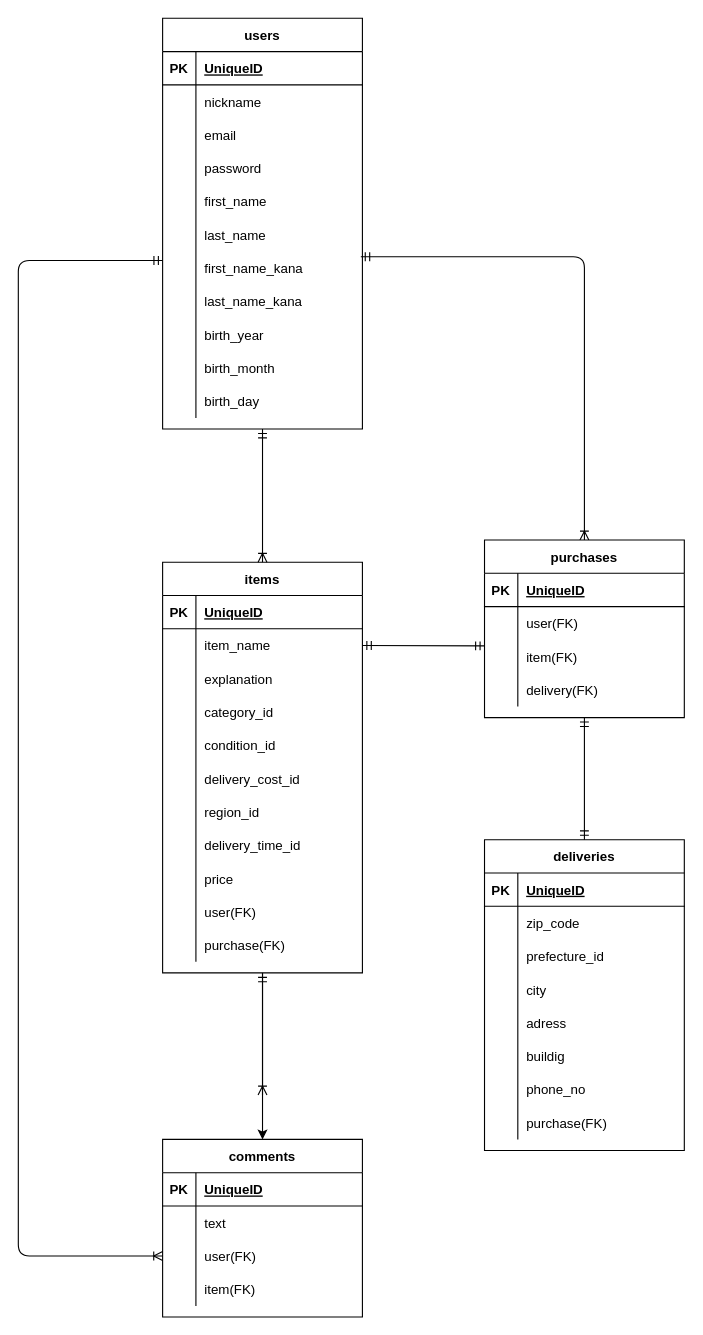
Earlier version of the draw.io diagram database.dio (mmhm416/furima-34328). Source tidied: cells renumbered, new cells numbered last; positions are measured from the earlier drawing's top-left corner, leaving out a move shared by most shapes. Both pictures are drawn from the tidied source at 111%, with x=0, y=0 at pixel (18, 18).
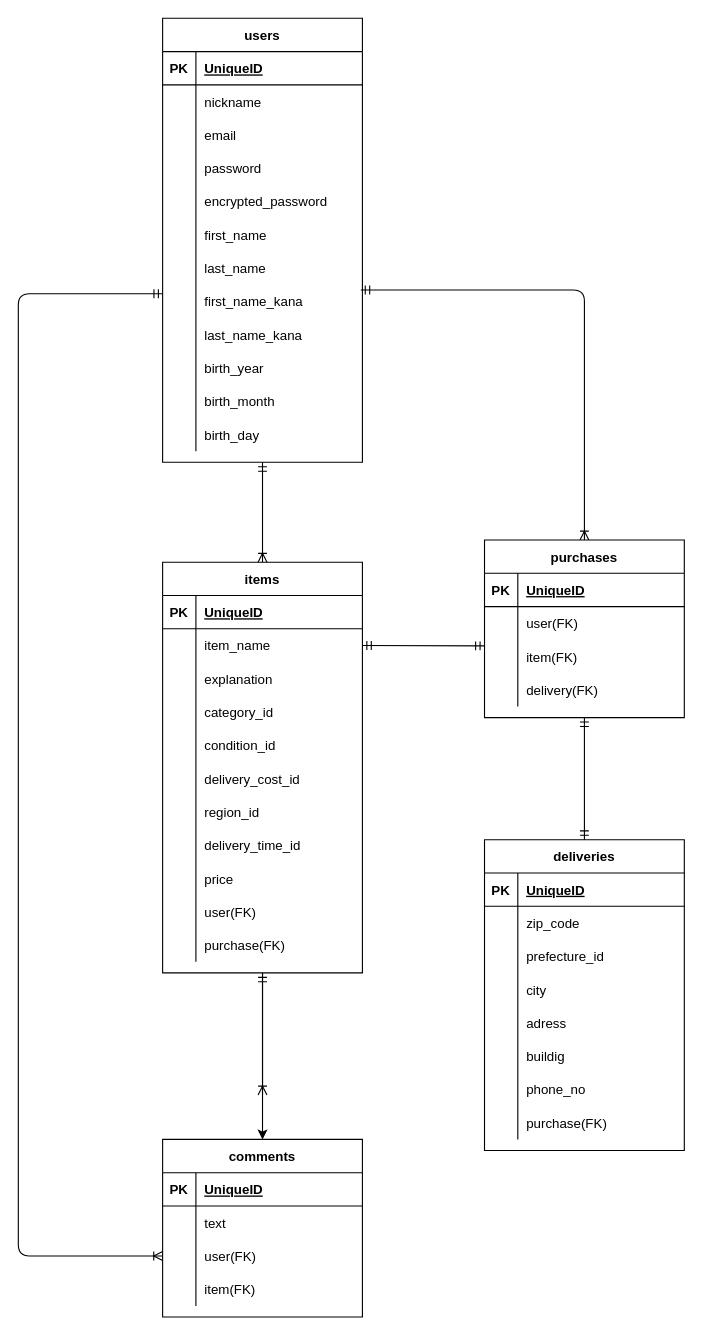
The same diagram, later.

Unchanged cells that the change refers to:
```xml
<mxCell id="78" style="shape=partialRectangle;fillColor=none;top=0;left=0;bottom=0;right=0;points=[[0,0.5],[1,0.5]];portConstraint=eastwest;" parent="71" vertex="1">
  <mxGeometry y="90" width="180" height="30" as="geometry" />
</mxCell>
```

The edit, as a diff of the source:
```diff
@@
     <mxCell id="2" value="users" style="shape=table;startSize=30;childLayout=tableLayout;rowLines=0;fontStyle=1;align=center;" parent="1" vertex="1">
-      <mxGeometry x="130" width="180" height="370" as="geometry" />
+      <mxGeometry x="130" width="180" height="400" as="geometry" />
     </mxCell>
@@
+    <mxCell id="128" style="shape=partialRectangle;fillColor=none;top=0;left=0;bottom=0;right=0;" parent="2" vertex="1">
+      <mxGeometry y="150" width="180" height="30" as="geometry" />
+    </mxCell>
+    <mxCell id="129" style="shape=partialRectangle;fillColor=none;top=0;left=0;bottom=0;right=0;overflow=hidden;" parent="128" vertex="1">
+      <mxGeometry width="30" height="30" as="geometry" />
+    </mxCell>
+    <mxCell id="130" value="encrypted_password" style="shape=partialRectangle;fillColor=none;top=0;left=0;bottom=0;right=0;align=left;spacingLeft=6;overflow=hidden;" parent="128" vertex="1">
+      <mxGeometry x="30" width="150" height="30" as="geometry" />
+    </mxCell>
     <mxCell id="15" style="shape=partialRectangle;fillColor=none;top=0;left=0;bottom=0;right=0;" parent="2" vertex="1">
-      <mxGeometry y="150" width="180" height="30" as="geometry" />
+      <mxGeometry y="180" width="180" height="30" as="geometry" />
     </mxCell>
@@
     <mxCell id="18" style="shape=partialRectangle;fillColor=none;top=0;left=0;bottom=0;right=0;" parent="2" vertex="1">
-      <mxGeometry y="180" width="180" height="30" as="geometry" />
+      <mxGeometry y="210" width="180" height="30" as="geometry" />
     </mxCell>
@@
     <mxCell id="21" style="shape=partialRectangle;fillColor=none;top=0;left=0;bottom=0;right=0;points=[[0,0.5],[1,0.5]];portConstraint=eastwest;" parent="2" vertex="1">
-      <mxGeometry y="210" width="180" height="30" as="geometry" />
+      <mxGeometry y="240" width="180" height="30" as="geometry" />
     </mxCell>
@@
     <mxCell id="24" style="shape=partialRectangle;fillColor=none;top=0;left=0;bottom=0;right=0;" parent="2" vertex="1">
-      <mxGeometry y="240" width="180" height="30" as="geometry" />
+      <mxGeometry y="270" width="180" height="30" as="geometry" />
     </mxCell>
@@
     <mxCell id="27" style="shape=partialRectangle;fillColor=none;top=0;left=0;bottom=0;right=0;" parent="2" vertex="1">
-      <mxGeometry y="270" width="180" height="30" as="geometry" />
+      <mxGeometry y="300" width="180" height="30" as="geometry" />
     </mxCell>
@@
     <mxCell id="30" style="shape=partialRectangle;fillColor=none;top=0;left=0;bottom=0;right=0;" parent="2" vertex="1">
-      <mxGeometry y="300" width="180" height="30" as="geometry" />
+      <mxGeometry y="330" width="180" height="30" as="geometry" />
     </mxCell>
@@
     <mxCell id="33" style="shape=partialRectangle;fillColor=none;top=0;left=0;bottom=0;right=0;" parent="2" vertex="1">
-      <mxGeometry y="330" width="180" height="30" as="geometry" />
+      <mxGeometry y="360" width="180" height="30" as="geometry" />
     </mxCell>
@@
     <mxCell id="112" style="fontSize=12;html=1;endArrow=ERoneToMany;startArrow=ERmandOne;exitX=0.001;exitY=0.273;exitDx=0;exitDy=0;exitPerimeter=0;edgeStyle=orthogonalEdgeStyle;entryX=0;entryY=0.5;entryDx=0;entryDy=0;" parent="1" edge="1" source="21" target="78">
       <mxGeometry relative="1" as="geometry">
         <Array as="points">
-          <mxPoint y="218" />
+          <mxPoint y="248" />
           <mxPoint y="1115" />
         </Array>
       </mxGeometry>
     </mxCell>
```
